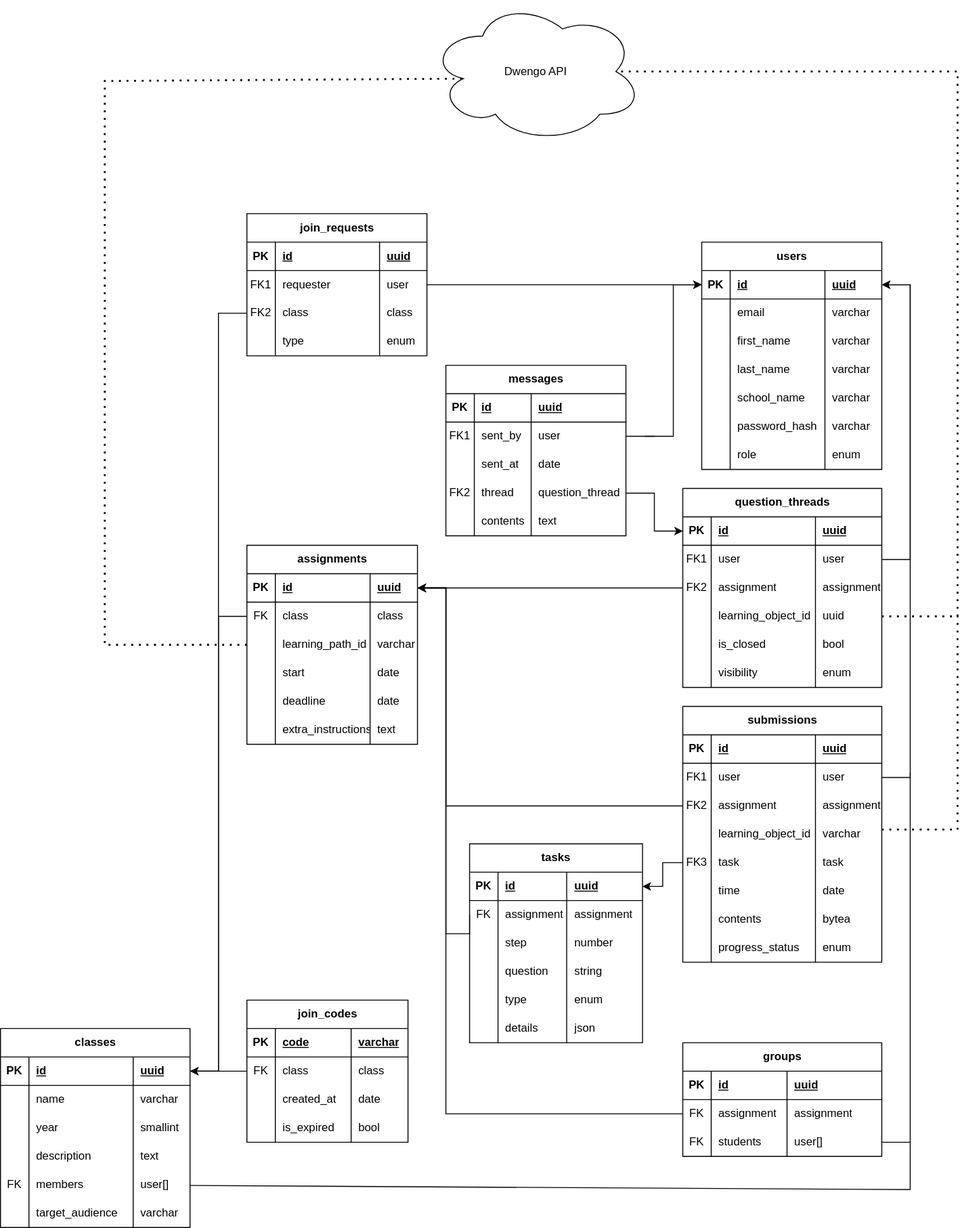
Above: backend/src/infrastructure/database/dwengo_database.drawio.svg in SELab-2/Dwengo-2 (draw.io), before the change. Source tidied: cells renumbered, new cells last; positions are measured from the earlier drawing's top-left corner, leaving out a move shared by most shapes.
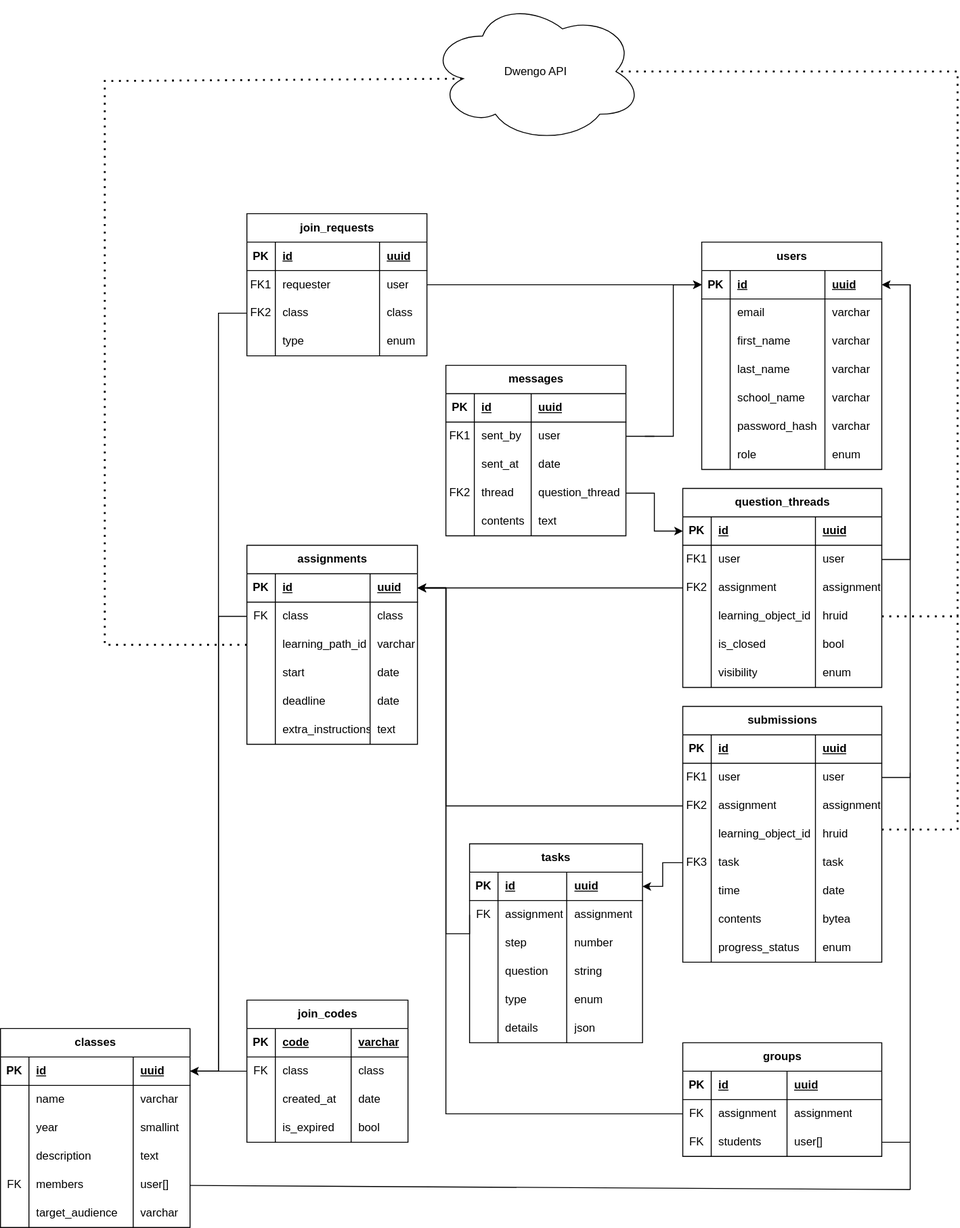
Later version of the same file.

The edit, as a diff of the source:
```diff
@@ -254,7 +254,7 @@
     <mxCell id="75" value="learning_object_id" style="shape=partialRectangle;fillColor=none;top=0;left=0;bottom=0;right=0;align=left;spacingLeft=6;overflow=hidden;whiteSpace=wrap;html=1;fontFamily=Helvetica;fontSize=12;fontColor=default;labelBackgroundColor=default;" parent="73" vertex="1">
       <mxGeometry x="30" width="110" height="30" as="geometry" />
     </mxCell>
-    <mxCell id="76" value="varchar" style="shape=partialRectangle;fillColor=none;top=0;left=0;bottom=0;right=0;align=left;spacingLeft=6;overflow=hidden;whiteSpace=wrap;html=1;fontFamily=Helvetica;fontSize=12;fontColor=default;labelBackgroundColor=default;" parent="73" vertex="1">
+    <mxCell id="76" value="hruid" style="shape=partialRectangle;fillColor=none;top=0;left=0;bottom=0;right=0;align=left;spacingLeft=6;overflow=hidden;whiteSpace=wrap;html=1;fontFamily=Helvetica;fontSize=12;fontColor=default;labelBackgroundColor=default;" parent="73" vertex="1">
       <mxGeometry x="140" width="70" height="30" as="geometry" />
     </mxCell>
     <mxCell id="77" style="shape=tableRow;horizontal=0;startSize=0;swimlaneHead=0;swimlaneBody=0;fillColor=none;points=[[0,0.5],[1,0.5]];portConstraint=eastwest;top=0;left=0;right=0;bottom=0;fontFamily=Helvetica;fontSize=12;fontColor=default;labelBackgroundColor=default;" parent="60" vertex="1">
@@ -353,7 +353,7 @@
     <mxCell id="108" value="learning_object_id" style="shape=partialRectangle;fillColor=none;top=0;left=0;bottom=0;right=0;align=left;spacingLeft=6;overflow=hidden;whiteSpace=wrap;html=1;fontFamily=Helvetica;fontSize=12;fontColor=default;labelBackgroundColor=default;" parent="106" vertex="1">
       <mxGeometry x="30" width="110" height="30" as="geometry" />
     </mxCell>
-    <mxCell id="109" value="uuid" style="shape=partialRectangle;fillColor=none;top=0;left=0;bottom=0;right=0;align=left;spacingLeft=6;overflow=hidden;whiteSpace=wrap;html=1;fontFamily=Helvetica;fontSize=12;fontColor=default;labelBackgroundColor=default;" parent="106" vertex="1">
+    <mxCell id="109" value="hruid" style="shape=partialRectangle;fillColor=none;top=0;left=0;bottom=0;right=0;align=left;spacingLeft=6;overflow=hidden;whiteSpace=wrap;html=1;fontFamily=Helvetica;fontSize=12;fontColor=default;labelBackgroundColor=default;" parent="106" vertex="1">
       <mxGeometry x="140" width="70" height="30" as="geometry" />
     </mxCell>
     <mxCell id="110" style="shape=tableRow;horizontal=0;startSize=0;swimlaneHead=0;swimlaneBody=0;fillColor=none;top=0;left=0;right=0;bottom=0;fontFamily=Helvetica;fontSize=12;fontColor=default;labelBackgroundColor=default;" parent="93" vertex="1">
```
